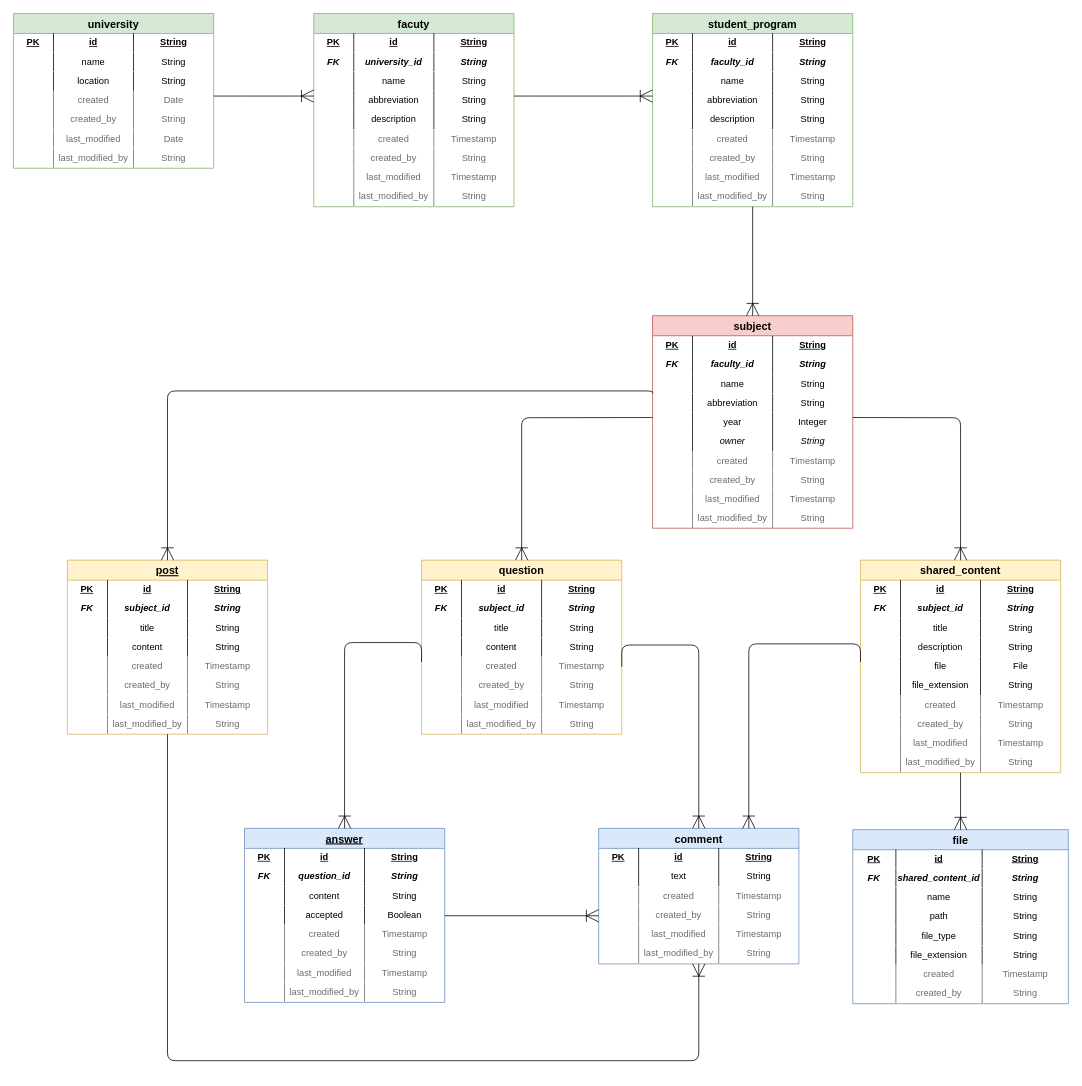
Above: res/drawio/fri-pointer-db.drawio in fri-pointer/docs (draw.io), before the change. Source tidied: cells renumbered, new cells numbered last; positions are measured from the earlier drawing's top-left corner, leaving out a move shared by most shapes. Both pictures are drawn from the tidied source at 77%, with x=0, y=0 at pixel (13, 13).
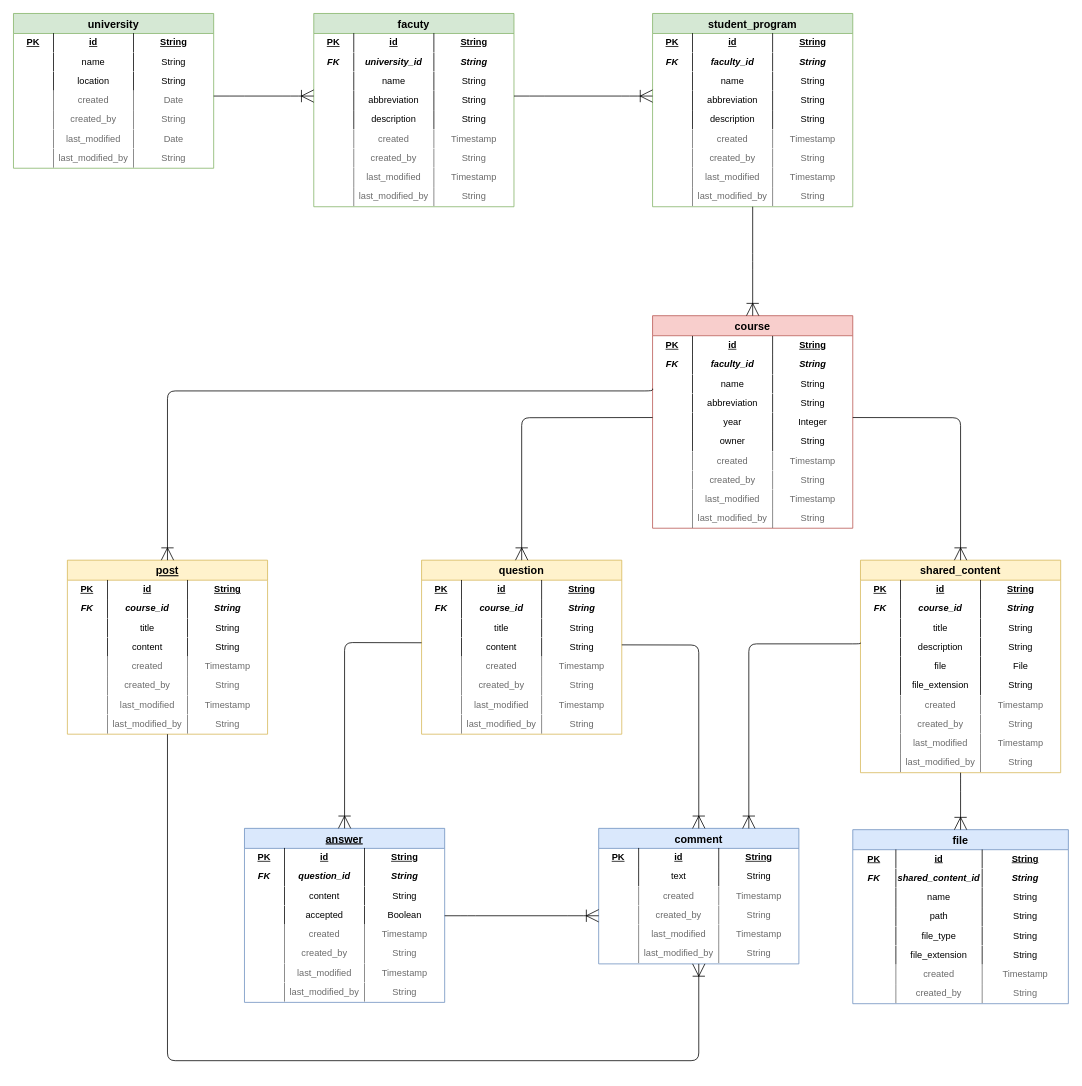
The same diagram, later.

Commit message:
Naming convention

Unchanged cells that the change refers to:
```xml
<mxCell id="2" value="comment" style="swimlane;fontStyle=1;horizontal=1;startSize=26;fillColor=#dae8fc;swimlaneFillColor=#ffffff;align=center;fontSize=14;rounded=0;shadow=0;glass=0;strokeWidth=1;strokeColor=#6c8ebf;" parent="1" vertex="1">
  <mxGeometry x="760" y="1058.3" width="260" height="176" as="geometry" />
</mxCell>
<mxCell id="22" value="&lt;table style=&quot;width: 100% ; height: 100% ; border-collapse: collapse&quot; width=&quot;100%&quot;&gt;&lt;tbody&gt;&lt;tr&gt;&lt;td width=&quot;20%&quot; align=&quot;center&quot;&gt;&lt;br&gt;&lt;/td&gt;&lt;td style=&quot;border-left: 1px solid ; border-right: 1px solid&quot; width=&quot;40%&quot; align=&quot;center&quot;&gt;name&lt;br&gt;&lt;/td&gt;&lt;td width=&quot;40%&quot; align=&quot;center&quot;&gt;String&lt;br&gt;&lt;/td&gt;&lt;/tr&gt;&lt;/tbody&gt;&lt;/table&gt;" style="text;html=1;strokeColor=none;fillColor=none;overflow=fill;rounded=0;shadow=0;glass=0;align=left;" parent="19" vertex="1">
  <mxGeometry y="76" width="260" height="25" as="geometry" />
</mxCell>
<mxCell id="23" value="&lt;table style=&quot;width: 100% ; height: 100% ; border-collapse: collapse&quot; width=&quot;100%&quot;&gt;&lt;tbody&gt;&lt;tr&gt;&lt;td width=&quot;20%&quot; align=&quot;center&quot;&gt;&lt;/td&gt;&lt;td style=&quot;border-left: 1px solid ; border-right: 1px solid&quot; width=&quot;40%&quot; align=&quot;center&quot;&gt;&lt;span&gt;abbreviation&lt;/span&gt;&lt;br&gt;&lt;/td&gt;&lt;td width=&quot;40%&quot; align=&quot;center&quot;&gt;&lt;span&gt;String&lt;/span&gt;&lt;br&gt;&lt;/td&gt;&lt;/tr&gt;&lt;/tbody&gt;&lt;/table&gt;" style="text;html=1;strokeColor=none;fillColor=none;overflow=fill;rounded=0;shadow=0;glass=0;align=left;fontStyle=0;" parent="19" vertex="1">
  <mxGeometry y="101" width="260" height="25" as="geometry" />
</mxCell>
<mxCell id="39" value="shared_content" style="swimlane;fontStyle=1;horizontal=1;startSize=26;fillColor=#fff2cc;swimlaneFillColor=#ffffff;align=center;fontSize=14;rounded=0;shadow=0;glass=0;strokeWidth=1;strokeColor=#d6b656;" parent="1" vertex="1">
  <mxGeometry x="1100" y="710" width="260" height="276" as="geometry" />
</mxCell>
<mxCell id="43" value="&lt;table style=&quot;width: 100% ; height: 100% ; border-collapse: collapse&quot; width=&quot;100%&quot;&gt;&lt;tbody&gt;&lt;tr&gt;&lt;td width=&quot;20%&quot; align=&quot;center&quot;&gt;&lt;br&gt;&lt;/td&gt;&lt;td style=&quot;border-left: 1px solid ; border-right: 1px solid&quot; width=&quot;40%&quot; align=&quot;center&quot;&gt;description&lt;/td&gt;&lt;td width=&quot;40%&quot; align=&quot;center&quot;&gt;String&lt;br&gt;&lt;/td&gt;&lt;/tr&gt;&lt;/tbody&gt;&lt;/table&gt;" style="text;html=1;strokeColor=none;fillColor=none;overflow=fill;rounded=0;shadow=0;glass=0;align=left;" parent="39" vertex="1">
  <mxGeometry y="101" width="260" height="25" as="geometry" />
</mxCell>
<mxCell id="44" value="&lt;table style=&quot;width: 100% ; height: 100% ; border-collapse: collapse&quot; width=&quot;100%&quot;&gt;&lt;tbody&gt;&lt;tr&gt;&lt;td width=&quot;20%&quot; align=&quot;center&quot;&gt;&lt;br&gt;&lt;/td&gt;&lt;td style=&quot;border-left: 1px solid ; border-right: 1px solid&quot; width=&quot;40%&quot; align=&quot;center&quot;&gt;file&lt;br&gt;&lt;/td&gt;&lt;td width=&quot;40%&quot; align=&quot;center&quot;&gt;File&lt;br&gt;&lt;/td&gt;&lt;/tr&gt;&lt;/tbody&gt;&lt;/table&gt;" style="text;html=1;strokeColor=none;fillColor=none;overflow=fill;rounded=0;shadow=0;glass=0;align=left;" parent="39" vertex="1">
  <mxGeometry y="126" width="260" height="25" as="geometry" />
</mxCell>
<mxCell id="68" value="answer" style="swimlane;fontStyle=5;horizontal=1;startSize=26;fillColor=#dae8fc;swimlaneFillColor=#ffffff;align=center;fontSize=14;rounded=0;shadow=0;glass=0;strokeWidth=1;strokeColor=#6c8ebf;" parent="1" vertex="1">
  <mxGeometry x="300" y="1058.3" width="260" height="226" as="geometry" />
</mxCell>
<mxCell id="77" value="question" style="swimlane;fontStyle=1;horizontal=1;startSize=26;fillColor=#fff2cc;swimlaneFillColor=#ffffff;align=center;fontSize=14;rounded=0;shadow=0;glass=0;strokeWidth=1;strokeColor=#d6b656;" parent="1" vertex="1">
  <mxGeometry x="530" y="710" width="260" height="226" as="geometry" />
</mxCell>
<mxCell id="81" value="&lt;table style=&quot;width: 100% ; height: 100% ; border-collapse: collapse&quot; width=&quot;100%&quot;&gt;&lt;tbody&gt;&lt;tr&gt;&lt;td width=&quot;20%&quot; align=&quot;center&quot;&gt;&lt;br&gt;&lt;/td&gt;&lt;td style=&quot;border-left: 1px solid ; border-right: 1px solid&quot; width=&quot;40%&quot; align=&quot;center&quot;&gt;content&lt;/td&gt;&lt;td width=&quot;40%&quot; align=&quot;center&quot;&gt;String&lt;br&gt;&lt;/td&gt;&lt;/tr&gt;&lt;/tbody&gt;&lt;/table&gt;" style="text;html=1;strokeColor=none;fillColor=none;overflow=fill;rounded=0;shadow=0;glass=0;align=left;" parent="77" vertex="1">
  <mxGeometry y="101" width="260" height="25" as="geometry" />
</mxCell>
<mxCell id="82" value="&lt;table style=&quot;width: 100% ; height: 100% ; border-collapse: collapse&quot; width=&quot;100%&quot;&gt;&lt;tbody&gt;&lt;tr&gt;&lt;td width=&quot;20%&quot; align=&quot;center&quot;&gt;&lt;br&gt;&lt;/td&gt;&lt;td style=&quot;border-left: 1px solid ; border-right: 1px solid&quot; width=&quot;40%&quot; align=&quot;center&quot;&gt;created&lt;br&gt;&lt;/td&gt;&lt;td width=&quot;40%&quot; align=&quot;center&quot;&gt;Timestamp&lt;br&gt;&lt;/td&gt;&lt;/tr&gt;&lt;/tbody&gt;&lt;/table&gt;" style="text;html=1;overflow=fill;rounded=0;shadow=0;glass=0;align=left;fontColor=#6B6B6B;" parent="77" vertex="1">
  <mxGeometry y="126" width="260" height="25" as="geometry" />
</mxCell>
<mxCell id="96" value="post" style="swimlane;fontStyle=5;horizontal=1;startSize=26;fillColor=#fff2cc;swimlaneFillColor=#ffffff;align=center;fontSize=14;rounded=0;shadow=0;glass=0;strokeWidth=1;strokeColor=#d6b656;" parent="1" vertex="1">
  <mxGeometry x="70" y="710" width="260" height="226" as="geometry" />
</mxCell>
```

Diff of the diagram source:
```diff
@@
-    <mxCell id="19" value="subject" style="swimlane;fontStyle=1;horizontal=1;startSize=26;fillColor=#f8cecc;swimlaneFillColor=#ffffff;align=center;fontSize=14;rounded=0;shadow=0;glass=0;strokeWidth=1;strokeColor=#b85450;" parent="1" vertex="1">
+    <mxCell id="19" value="course" style="swimlane;fontStyle=1;horizontal=1;startSize=26;fillColor=#f8cecc;swimlaneFillColor=#ffffff;align=center;fontSize=14;rounded=0;shadow=0;glass=0;strokeWidth=1;strokeColor=#b85450;" parent="1" vertex="1">
       <mxGeometry x="830" y="392.5" width="260" height="276" as="geometry" />
     </mxCell>
@@
-    <mxCell id="25" value="&lt;table style=&quot;width: 100% ; height: 100% ; border-collapse: collapse&quot; width=&quot;100%&quot;&gt;&lt;tbody&gt;&lt;tr&gt;&lt;td width=&quot;20%&quot; align=&quot;center&quot;&gt;&lt;br&gt;&lt;/td&gt;&lt;td style=&quot;border-left: 1px solid ; border-right: 1px solid&quot; width=&quot;40%&quot; align=&quot;center&quot;&gt;&lt;span&gt;owner&lt;/span&gt;&lt;br&gt;&lt;/td&gt;&lt;td width=&quot;40%&quot; align=&quot;center&quot;&gt;&lt;span&gt;String&lt;/span&gt;&lt;br&gt;&lt;/td&gt;&lt;/tr&gt;&lt;/tbody&gt;&lt;/table&gt;" style="text;html=1;strokeColor=none;fillColor=none;overflow=fill;rounded=0;shadow=0;glass=0;align=left;fontStyle=2;" parent="19" vertex="1">
+    <mxCell id="25" value="&lt;table style=&quot;width: 100% ; height: 100% ; border-collapse: collapse&quot; width=&quot;100%&quot;&gt;&lt;tbody&gt;&lt;tr&gt;&lt;td width=&quot;20%&quot; align=&quot;center&quot;&gt;&lt;br&gt;&lt;/td&gt;&lt;td style=&quot;border-left: 1px solid ; border-right: 1px solid&quot; width=&quot;40%&quot; align=&quot;center&quot;&gt;&lt;span&gt;owner&lt;/span&gt;&lt;br&gt;&lt;/td&gt;&lt;td width=&quot;40%&quot; align=&quot;center&quot;&gt;&lt;span&gt;String&lt;/span&gt;&lt;br&gt;&lt;/td&gt;&lt;/tr&gt;&lt;/tbody&gt;&lt;/table&gt;" style="text;html=1;strokeColor=none;fillColor=none;overflow=fill;rounded=0;shadow=0;glass=0;align=left;fontStyle=0;" parent="19" vertex="1">
       <mxGeometry y="151" width="260" height="25" as="geometry" />
     </mxCell>
@@
-    <mxCell id="41" value="&lt;table style=&quot;width: 100% ; height: 100% ; border-collapse: collapse&quot; width=&quot;100%&quot;&gt;&lt;tbody&gt;&lt;tr&gt;&lt;td width=&quot;20%&quot; align=&quot;center&quot;&gt;&lt;b&gt;FK&lt;/b&gt;&lt;/td&gt;&lt;td style=&quot;border-left: 1px solid ; border-right: 1px solid&quot; width=&quot;40%&quot; align=&quot;center&quot;&gt;&lt;b&gt;subject_id&lt;br&gt;&lt;/b&gt;&lt;/td&gt;&lt;td width=&quot;40%&quot; align=&quot;center&quot;&gt;&lt;b&gt;String&lt;br&gt;&lt;/b&gt;&lt;/td&gt;&lt;/tr&gt;&lt;/tbody&gt;&lt;/table&gt;" style="text;html=1;strokeColor=none;fillColor=none;overflow=fill;rounded=0;shadow=0;glass=0;align=left;fontStyle=2;" parent="39" vertex="1">
+    <mxCell id="41" value="&lt;table style=&quot;width: 100% ; height: 100% ; border-collapse: collapse&quot; width=&quot;100%&quot;&gt;&lt;tbody&gt;&lt;tr&gt;&lt;td width=&quot;20%&quot; align=&quot;center&quot;&gt;&lt;b&gt;FK&lt;/b&gt;&lt;/td&gt;&lt;td style=&quot;border-left: 1px solid ; border-right: 1px solid&quot; width=&quot;40%&quot; align=&quot;center&quot;&gt;&lt;b&gt;course_id&lt;/b&gt;&lt;/td&gt;&lt;td width=&quot;40%&quot; align=&quot;center&quot;&gt;&lt;b&gt;String&lt;br&gt;&lt;/b&gt;&lt;/td&gt;&lt;/tr&gt;&lt;/tbody&gt;&lt;/table&gt;" style="text;html=1;strokeColor=none;fillColor=none;overflow=fill;rounded=0;shadow=0;glass=0;align=left;fontStyle=2;" parent="39" vertex="1">
       <mxGeometry y="51" width="260" height="25" as="geometry" />
     </mxCell>
@@
-    <mxCell id="79" value="&lt;table style=&quot;width: 100% ; height: 100% ; border-collapse: collapse&quot; width=&quot;100%&quot;&gt;&lt;tbody&gt;&lt;tr&gt;&lt;td width=&quot;20%&quot; align=&quot;center&quot;&gt;&lt;b&gt;FK&lt;/b&gt;&lt;/td&gt;&lt;td style=&quot;border-left: 1px solid ; border-right: 1px solid&quot; width=&quot;40%&quot; align=&quot;center&quot;&gt;&lt;b&gt;subject_id&lt;br&gt;&lt;/b&gt;&lt;/td&gt;&lt;td width=&quot;40%&quot; align=&quot;center&quot;&gt;&lt;b&gt;String&lt;br&gt;&lt;/b&gt;&lt;/td&gt;&lt;/tr&gt;&lt;/tbody&gt;&lt;/table&gt;" style="text;html=1;strokeColor=none;fillColor=none;overflow=fill;rounded=0;shadow=0;glass=0;align=left;fontStyle=2;" parent="77" vertex="1">
+    <mxCell id="79" value="&lt;table style=&quot;width: 100% ; height: 100% ; border-collapse: collapse&quot; width=&quot;100%&quot;&gt;&lt;tbody&gt;&lt;tr&gt;&lt;td width=&quot;20%&quot; align=&quot;center&quot;&gt;&lt;b&gt;FK&lt;/b&gt;&lt;/td&gt;&lt;td style=&quot;border-left: 1px solid ; border-right: 1px solid&quot; width=&quot;40%&quot; align=&quot;center&quot;&gt;&lt;b&gt;course_id&lt;/b&gt;&lt;/td&gt;&lt;td width=&quot;40%&quot; align=&quot;center&quot;&gt;&lt;b&gt;String&lt;br&gt;&lt;/b&gt;&lt;/td&gt;&lt;/tr&gt;&lt;/tbody&gt;&lt;/table&gt;" style="text;html=1;strokeColor=none;fillColor=none;overflow=fill;rounded=0;shadow=0;glass=0;align=left;fontStyle=2;" parent="77" vertex="1">
       <mxGeometry y="51" width="260" height="25" as="geometry" />
     </mxCell>
@@
-    <mxCell id="91" style="edgeStyle=elbowEdgeStyle;fontSize=18;html=1;endArrow=ERoneToMany;labelBorderColor=none;endSize=14;startSize=14;elbow=vertical;entryX=0.5;entryY=0;entryDx=0;entryDy=0;exitX=0;exitY=0.25;exitDx=0;exitDy=0;" parent="1" edge="1" source="82" target="68">
+    <mxCell id="91" style="edgeStyle=elbowEdgeStyle;fontSize=18;html=1;endArrow=ERoneToMany;labelBorderColor=none;endSize=14;startSize=14;elbow=vertical;entryX=0.5;entryY=0;entryDx=0;entryDy=0;exitX=0;exitY=0.25;exitDx=0;exitDy=0;" parent="1" edge="1" source="81" target="68">
       <mxGeometry relative="1" as="geometry">
         <Array as="points">
           <mxPoint x="440" y="817" />
         </Array>
       </mxGeometry>
     </mxCell>
-    <mxCell id="92" style="edgeStyle=elbowEdgeStyle;fontSize=18;html=1;endArrow=ERoneToMany;labelBorderColor=none;endSize=14;startSize=14;elbow=vertical;entryX=0.5;entryY=0;entryDx=0;entryDy=0;exitX=1;exitY=0.5;exitDx=0;exitDy=0;" parent="1" edge="1" source="82" target="2">
+    <mxCell id="92" style="edgeStyle=elbowEdgeStyle;fontSize=18;html=1;endArrow=ERoneToMany;labelBorderColor=none;endSize=14;startSize=14;elbow=vertical;entryX=0.5;entryY=0;entryDx=0;entryDy=0;" parent="1" edge="1" target="2">
       <mxGeometry relative="1" as="geometry">
+        <mxPoint x="790" y="820" as="sourcePoint" />
         <Array as="points">
           <mxPoint x="860" y="820.2" />
         </Array>
       </mxGeometry>
     </mxCell>
@@
-    <mxCell id="94" style="edgeStyle=elbowEdgeStyle;fontSize=18;html=1;endArrow=ERoneToMany;labelBorderColor=none;endSize=14;startSize=14;elbow=vertical;exitX=0;exitY=0.25;exitDx=0;exitDy=0;entryX=0.75;entryY=0;entryDx=0;entryDy=0;" parent="1" edge="1" source="44" target="2">
+    <mxCell id="94" style="edgeStyle=elbowEdgeStyle;fontSize=18;html=1;endArrow=ERoneToMany;labelBorderColor=none;endSize=14;startSize=14;elbow=vertical;entryX=0.75;entryY=0;entryDx=0;entryDy=0;exitX=0;exitY=0.25;exitDx=0;exitDy=0;" parent="1" edge="1" source="43" target="2">
       <mxGeometry relative="1" as="geometry">
         <Array as="points">
           <mxPoint x="910" y="818.7" />
         </Array>
       </mxGeometry>
     </mxCell>
@@
-    <mxCell id="98" value="&lt;table style=&quot;width: 100% ; height: 100% ; border-collapse: collapse&quot; width=&quot;100%&quot;&gt;&lt;tbody&gt;&lt;tr&gt;&lt;td width=&quot;20%&quot; align=&quot;center&quot;&gt;&lt;b&gt;FK&lt;/b&gt;&lt;/td&gt;&lt;td style=&quot;border-left: 1px solid ; border-right: 1px solid&quot; width=&quot;40%&quot; align=&quot;center&quot;&gt;&lt;b&gt;subject_id&lt;br&gt;&lt;/b&gt;&lt;/td&gt;&lt;td width=&quot;40%&quot; align=&quot;center&quot;&gt;&lt;b&gt;String&lt;br&gt;&lt;/b&gt;&lt;/td&gt;&lt;/tr&gt;&lt;/tbody&gt;&lt;/table&gt;" style="text;html=1;strokeColor=none;fillColor=none;overflow=fill;rounded=0;shadow=0;glass=0;align=left;fontStyle=2;" parent="96" vertex="1">
+    <mxCell id="98" value="&lt;table style=&quot;width: 100% ; height: 100% ; border-collapse: collapse&quot; width=&quot;100%&quot;&gt;&lt;tbody&gt;&lt;tr&gt;&lt;td width=&quot;20%&quot; align=&quot;center&quot;&gt;&lt;b&gt;FK&lt;/b&gt;&lt;/td&gt;&lt;td style=&quot;border-left: 1px solid ; border-right: 1px solid&quot; width=&quot;40%&quot; align=&quot;center&quot;&gt;&lt;b&gt;course_id&lt;br&gt;&lt;/b&gt;&lt;/td&gt;&lt;td width=&quot;40%&quot; align=&quot;center&quot;&gt;&lt;b&gt;String&lt;br&gt;&lt;/b&gt;&lt;/td&gt;&lt;/tr&gt;&lt;/tbody&gt;&lt;/table&gt;" style="text;html=1;strokeColor=none;fillColor=none;overflow=fill;rounded=0;shadow=0;glass=0;align=left;fontStyle=2;" parent="96" vertex="1">
       <mxGeometry y="51" width="260" height="25" as="geometry" />
     </mxCell>
@@
-    <mxCell id="105" style="edgeStyle=elbowEdgeStyle;fontSize=18;html=1;endArrow=ERoneToMany;exitX=0;exitY=0;exitDx=0;exitDy=0;labelBorderColor=none;endSize=14;startSize=14;elbow=vertical;" parent="1" edge="1" source="23" target="96">
+    <mxCell id="105" style="edgeStyle=elbowEdgeStyle;fontSize=18;html=1;endArrow=ERoneToMany;labelBorderColor=none;endSize=14;startSize=14;elbow=vertical;exitX=0;exitY=0.75;exitDx=0;exitDy=0;" parent="1" edge="1" source="22" target="96">
       <mxGeometry relative="1" as="geometry">
         <Array as="points">
           <mxPoint x="500" y="490.2" />
         </Array>
       </mxGeometry>
     </mxCell>
```
